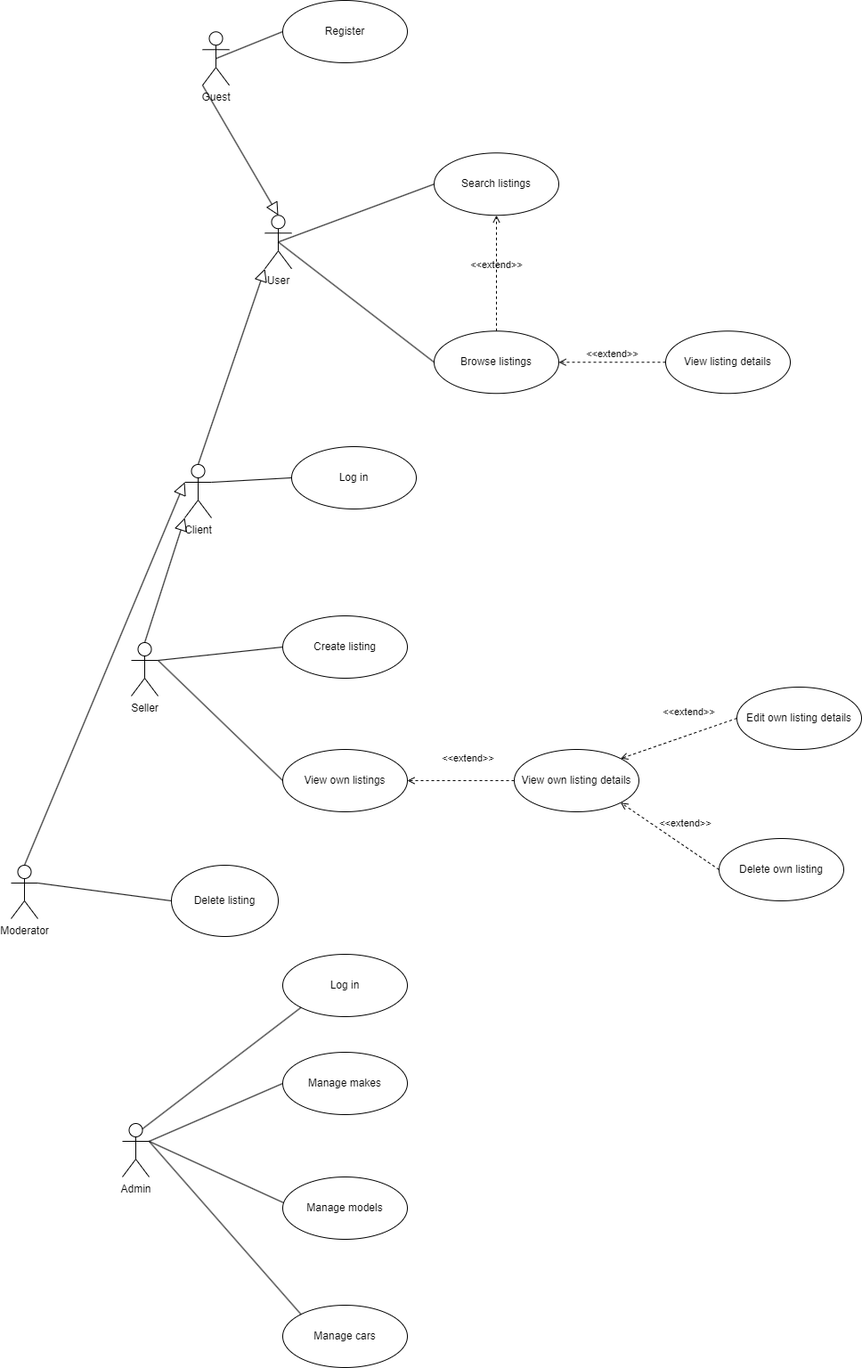
The draw.io diagram docs/diagrams/use-cases.drawio.png in taurasbear/automotive-marketplace, before a commit. Source tidied: cells renumbered, new cells last; positions are measured from the earlier drawing's top-left corner, leaving out a move shared by most shapes.
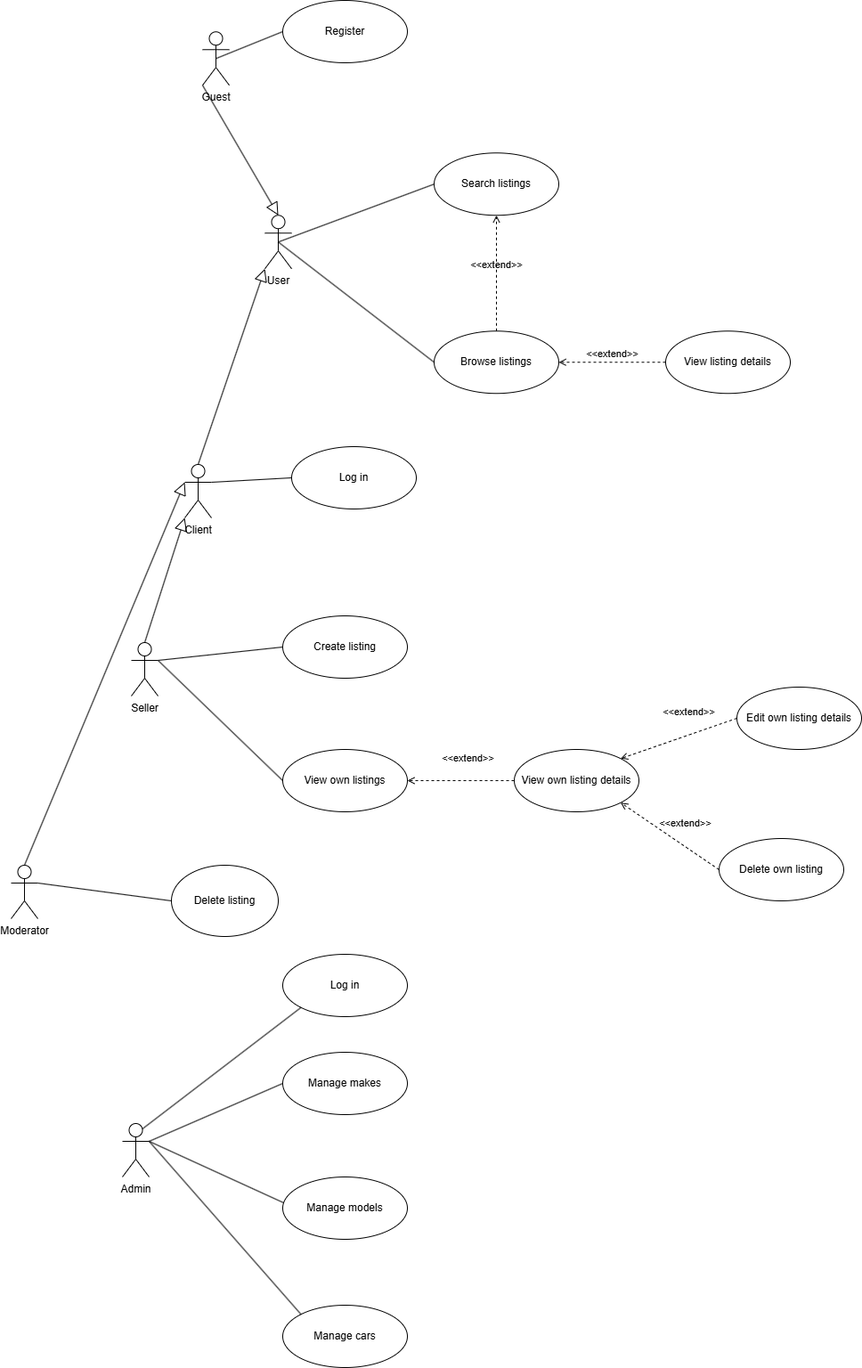
The same file after the commit.

Diff of the diagram source:
```diff
@@ -2,127 +2,127 @@
   <root>
     <mxCell id="0" />
     <mxCell id="1" parent="0" />
-    <mxCell id="2" value="Guest" style="shape=umlActor;verticalLabelPosition=bottom;verticalAlign=top;html=1;outlineConnect=0;" parent="1" vertex="1">
+    <mxCell id="2" value="Guest" style="shape=umlActor;verticalLabelPosition=bottom;verticalAlign=top;html=1;outlineConnect=0;rounded=1;labelBackgroundColor=none;" parent="1" vertex="1">
       <mxGeometry x="215" y="35.2" width="30" height="60" as="geometry" />
     </mxCell>
-    <mxCell id="3" value="Register" style="ellipse;whiteSpace=wrap;html=1;" parent="1" vertex="1">
+    <mxCell id="3" value="Register" style="ellipse;whiteSpace=wrap;html=1;rounded=1;labelBackgroundColor=none;" parent="1" vertex="1">
       <mxGeometry x="305" width="140" height="70" as="geometry" />
     </mxCell>
-    <mxCell id="4" value="Log i&lt;span style=&quot;background-color: transparent; color: light-dark(rgb(0, 0, 0), rgb(255, 255, 255));&quot;&gt;n&lt;/span&gt;" style="ellipse;whiteSpace=wrap;html=1;" parent="1" vertex="1">
+    <mxCell id="4" value="Log i&lt;span style=&quot;background-color: transparent; color: light-dark(rgb(0, 0, 0), rgb(255, 255, 255));&quot;&gt;n&lt;/span&gt;" style="ellipse;whiteSpace=wrap;html=1;rounded=1;labelBackgroundColor=none;" parent="1" vertex="1">
       <mxGeometry x="315" y="501" width="140" height="70" as="geometry" />
     </mxCell>
-    <mxCell id="5" value="User" style="shape=umlActor;verticalLabelPosition=bottom;verticalAlign=top;html=1;" parent="1" vertex="1">
+    <mxCell id="5" value="User" style="shape=umlActor;verticalLabelPosition=bottom;verticalAlign=top;html=1;rounded=1;labelBackgroundColor=none;" parent="1" vertex="1">
       <mxGeometry x="285" y="241.2" width="30" height="60" as="geometry" />
     </mxCell>
-    <mxCell id="6" value="Browse&lt;span style=&quot;background-color: transparent; color: light-dark(rgb(0, 0, 0), rgb(255, 255, 255));&quot;&gt;&amp;nbsp;listings&lt;/span&gt;" style="ellipse;whiteSpace=wrap;html=1;" parent="1" vertex="1">
+    <mxCell id="6" value="Browse&lt;span style=&quot;background-color: transparent; color: light-dark(rgb(0, 0, 0), rgb(255, 255, 255));&quot;&gt;&amp;nbsp;listings&lt;/span&gt;" style="ellipse;whiteSpace=wrap;html=1;rounded=1;labelBackgroundColor=none;" parent="1" vertex="1">
       <mxGeometry x="475" y="371.2" width="140" height="70" as="geometry" />
     </mxCell>
-    <mxCell id="7" style="endArrow=none;html=1;rounded=0;entryX=0.5;entryY=0.5;entryDx=0;entryDy=0;entryPerimeter=0;exitX=0;exitY=0.5;exitDx=0;exitDy=0;" parent="1" edge="1" source="3" target="2">
+    <mxCell id="7" style="endArrow=none;html=1;rounded=1;entryX=0.5;entryY=0.5;entryDx=0;entryDy=0;entryPerimeter=0;exitX=0;exitY=0.5;exitDx=0;exitDy=0;labelBackgroundColor=none;fontColor=default;" parent="1" edge="1" source="3" target="2">
       <mxGeometry relative="1" as="geometry" />
     </mxCell>
-    <mxCell id="8" style="endArrow=none;html=1;rounded=0;entryX=0;entryY=0.5;entryDx=0;entryDy=0;exitX=0.5;exitY=0.5;exitDx=0;exitDy=0;exitPerimeter=0;" parent="1" edge="1" source="5" target="6">
+    <mxCell id="8" style="endArrow=none;html=1;rounded=1;entryX=0;entryY=0.5;entryDx=0;entryDy=0;exitX=0.5;exitY=0.5;exitDx=0;exitDy=0;exitPerimeter=0;labelBackgroundColor=none;fontColor=default;" parent="1" edge="1" source="5" target="6">
       <mxGeometry relative="1" as="geometry" />
     </mxCell>
-    <mxCell id="9" style="endArrow=none;html=1;rounded=0;exitX=1;exitY=0.3333333333333333;exitDx=0;exitDy=0;exitPerimeter=0;entryX=0;entryY=0.5;entryDx=0;entryDy=0;" parent="1" edge="1" source="28" target="4">
+    <mxCell id="9" style="endArrow=none;html=1;rounded=1;exitX=1;exitY=0.3333333333333333;exitDx=0;exitDy=0;exitPerimeter=0;entryX=0;entryY=0.5;entryDx=0;entryDy=0;labelBackgroundColor=none;fontColor=default;" parent="1" edge="1" source="28" target="4">
       <mxGeometry relative="1" as="geometry" />
     </mxCell>
-    <mxCell id="10" value="Create listing" style="ellipse;whiteSpace=wrap;html=1;" parent="1" vertex="1">
+    <mxCell id="10" value="Create listing" style="ellipse;whiteSpace=wrap;html=1;rounded=1;labelBackgroundColor=none;" parent="1" vertex="1">
       <mxGeometry x="305" y="691" width="140" height="70" as="geometry" />
     </mxCell>
-    <mxCell id="11" style="endArrow=none;html=1;rounded=0;entryX=0;entryY=0.5;entryDx=0;entryDy=0;exitX=1;exitY=0.3333333333333333;exitDx=0;exitDy=0;exitPerimeter=0;" parent="1" edge="1" source="24" target="10">
+    <mxCell id="11" style="endArrow=none;html=1;rounded=1;entryX=0;entryY=0.5;entryDx=0;entryDy=0;exitX=1;exitY=0.3333333333333333;exitDx=0;exitDy=0;exitPerimeter=0;labelBackgroundColor=none;fontColor=default;" parent="1" edge="1" source="24" target="10">
       <mxGeometry relative="1" as="geometry" />
     </mxCell>
-    <mxCell id="12" value="View&amp;nbsp;&lt;span style=&quot;background-color: transparent; color: light-dark(rgb(0, 0, 0), rgb(255, 255, 255));&quot;&gt;own listings&lt;/span&gt;" style="ellipse;whiteSpace=wrap;html=1;" parent="1" vertex="1">
+    <mxCell id="12" value="View&amp;nbsp;&lt;span style=&quot;background-color: transparent; color: light-dark(rgb(0, 0, 0), rgb(255, 255, 255));&quot;&gt;own listings&lt;/span&gt;" style="ellipse;whiteSpace=wrap;html=1;rounded=1;labelBackgroundColor=none;" parent="1" vertex="1">
       <mxGeometry x="305" y="841" width="140" height="70" as="geometry" />
     </mxCell>
-    <mxCell id="13" value="Search listings" style="ellipse;whiteSpace=wrap;html=1;" parent="1" vertex="1">
+    <mxCell id="13" value="Search listings" style="ellipse;whiteSpace=wrap;html=1;rounded=1;labelBackgroundColor=none;" parent="1" vertex="1">
       <mxGeometry x="475" y="171.2" width="140" height="70" as="geometry" />
     </mxCell>
-    <mxCell id="14" style="endArrow=none;html=1;rounded=0;entryX=0;entryY=0.5;entryDx=0;entryDy=0;exitX=0.5;exitY=0.5;exitDx=0;exitDy=0;exitPerimeter=0;" parent="1" edge="1" source="5" target="13">
+    <mxCell id="14" style="endArrow=none;html=1;rounded=1;entryX=0;entryY=0.5;entryDx=0;entryDy=0;exitX=0.5;exitY=0.5;exitDx=0;exitDy=0;exitPerimeter=0;labelBackgroundColor=none;fontColor=default;" parent="1" edge="1" source="5" target="13">
       <mxGeometry relative="1" as="geometry" />
     </mxCell>
-    <mxCell id="15" value="&amp;lt;&amp;lt;extend&amp;gt;&amp;gt;" style="html=1;verticalAlign=bottom;labelBackgroundColor=none;endArrow=open;endFill=0;dashed=1;rounded=0;entryX=1;entryY=0.5;entryDx=0;entryDy=0;exitX=0;exitY=0.5;exitDx=0;exitDy=0;" parent="1" edge="1" source="16" target="12">
+    <mxCell id="15" value="&amp;lt;&amp;lt;extend&amp;gt;&amp;gt;" style="html=1;verticalAlign=bottom;labelBackgroundColor=none;endArrow=open;endFill=0;dashed=1;rounded=1;entryX=1;entryY=0.5;entryDx=0;entryDy=0;exitX=0;exitY=0.5;exitDx=0;exitDy=0;fontColor=default;" parent="1" edge="1" source="16" target="12">
       <mxGeometry x="-0.14" y="-16" relative="1" as="geometry" />
     </mxCell>
-    <mxCell id="16" value="View own listing details" style="ellipse;whiteSpace=wrap;html=1;" parent="1" vertex="1">
+    <mxCell id="16" value="View own listing details" style="ellipse;whiteSpace=wrap;html=1;rounded=1;labelBackgroundColor=none;" parent="1" vertex="1">
       <mxGeometry x="565" y="841" width="140" height="70" as="geometry" />
     </mxCell>
-    <mxCell id="17" value="Edit own listing details" style="ellipse;whiteSpace=wrap;html=1;" parent="1" vertex="1">
+    <mxCell id="17" value="Edit own listing details" style="ellipse;whiteSpace=wrap;html=1;rounded=1;labelBackgroundColor=none;" parent="1" vertex="1">
       <mxGeometry x="815" y="771" width="140" height="70" as="geometry" />
     </mxCell>
-    <mxCell id="18" value="Delete own listing" style="ellipse;whiteSpace=wrap;html=1;" parent="1" vertex="1">
+    <mxCell id="18" value="Delete own listing" style="ellipse;whiteSpace=wrap;html=1;rounded=1;labelBackgroundColor=none;" parent="1" vertex="1">
       <mxGeometry x="795" y="941" width="140" height="70" as="geometry" />
     </mxCell>
-    <mxCell id="19" value="&amp;lt;&amp;lt;extend&amp;gt;&amp;gt;" style="html=1;verticalAlign=bottom;labelBackgroundColor=none;endArrow=open;endFill=0;dashed=1;rounded=0;entryX=1;entryY=0;entryDx=0;entryDy=0;exitX=0;exitY=0.5;exitDx=0;exitDy=0;" parent="1" edge="1" source="17" target="16">
+    <mxCell id="19" value="&amp;lt;&amp;lt;extend&amp;gt;&amp;gt;" style="html=1;verticalAlign=bottom;labelBackgroundColor=none;endArrow=open;endFill=0;dashed=1;rounded=1;entryX=1;entryY=0;entryDx=0;entryDy=0;exitX=0;exitY=0.5;exitDx=0;exitDy=0;fontColor=default;" parent="1" edge="1" source="17" target="16">
       <mxGeometry x="-0.24" y="-16" relative="1" as="geometry" />
     </mxCell>
-    <mxCell id="20" value="&amp;lt;&amp;lt;extend&amp;gt;&amp;gt;" style="html=1;verticalAlign=bottom;labelBackgroundColor=none;endArrow=open;endFill=0;dashed=1;rounded=0;entryX=1;entryY=1;entryDx=0;entryDy=0;exitX=0;exitY=0.5;exitDx=0;exitDy=0;" parent="1" edge="1" source="18" target="16">
+    <mxCell id="20" value="&amp;lt;&amp;lt;extend&amp;gt;&amp;gt;" style="html=1;verticalAlign=bottom;labelBackgroundColor=none;endArrow=open;endFill=0;dashed=1;rounded=1;entryX=1;entryY=1;entryDx=0;entryDy=0;exitX=0;exitY=0.5;exitDx=0;exitDy=0;fontColor=default;" parent="1" edge="1" source="18" target="16">
       <mxGeometry x="-0.17" y="-14" relative="1" as="geometry" />
     </mxCell>
-    <mxCell id="21" style="endArrow=none;html=1;rounded=0;exitX=0;exitY=0.5;exitDx=0;exitDy=0;entryX=1;entryY=0.3333333333333333;entryDx=0;entryDy=0;entryPerimeter=0;" parent="1" edge="1" source="12" target="24">
+    <mxCell id="21" style="endArrow=none;html=1;rounded=1;exitX=0;exitY=0.5;exitDx=0;exitDy=0;entryX=1;entryY=0.3333333333333333;entryDx=0;entryDy=0;entryPerimeter=0;labelBackgroundColor=none;fontColor=default;" parent="1" edge="1" source="12" target="24">
       <mxGeometry relative="1" as="geometry" />
     </mxCell>
-    <mxCell id="22" value="View listing details" style="ellipse;whiteSpace=wrap;html=1;" parent="1" vertex="1">
+    <mxCell id="22" value="View listing details" style="ellipse;whiteSpace=wrap;html=1;rounded=1;labelBackgroundColor=none;" parent="1" vertex="1">
       <mxGeometry x="735" y="371.2" width="140" height="70" as="geometry" />
     </mxCell>
-    <mxCell id="23" value="&amp;lt;&amp;lt;extend&amp;gt;&amp;gt;" style="html=1;verticalAlign=bottom;labelBackgroundColor=none;endArrow=open;endFill=0;dashed=1;rounded=0;entryX=1;entryY=0.5;entryDx=0;entryDy=0;exitX=0;exitY=0.5;exitDx=0;exitDy=0;" parent="1" edge="1" source="22" target="6">
+    <mxCell id="23" value="&amp;lt;&amp;lt;extend&amp;gt;&amp;gt;" style="html=1;verticalAlign=bottom;labelBackgroundColor=none;endArrow=open;endFill=0;dashed=1;rounded=1;entryX=1;entryY=0.5;entryDx=0;entryDy=0;exitX=0;exitY=0.5;exitDx=0;exitDy=0;fontColor=default;" parent="1" edge="1" source="22" target="6">
       <mxGeometry relative="1" as="geometry" />
     </mxCell>
-    <mxCell id="24" value="Seller" style="shape=umlActor;verticalLabelPosition=bottom;verticalAlign=top;html=1;" parent="1" vertex="1">
+    <mxCell id="24" value="Seller" style="shape=umlActor;verticalLabelPosition=bottom;verticalAlign=top;html=1;rounded=1;labelBackgroundColor=none;" parent="1" vertex="1">
       <mxGeometry x="135" y="721" width="30" height="60" as="geometry" />
     </mxCell>
-    <mxCell id="25" style="edgeStyle=none;html=1;endSize=12;endArrow=block;endFill=0;rounded=0;exitX=0.5;exitY=0;exitDx=0;exitDy=0;exitPerimeter=0;entryX=0;entryY=1;entryDx=0;entryDy=0;entryPerimeter=0;" parent="1" edge="1" source="24" target="28">
+    <mxCell id="25" style="edgeStyle=none;html=1;endSize=12;endArrow=block;endFill=0;rounded=1;exitX=0.5;exitY=0;exitDx=0;exitDy=0;exitPerimeter=0;entryX=0;entryY=1;entryDx=0;entryDy=0;entryPerimeter=0;labelBackgroundColor=none;fontColor=default;" parent="1" edge="1" source="24" target="28">
       <mxGeometry relative="1" as="geometry" />
     </mxCell>
-    <mxCell id="26" value="&amp;lt;&amp;lt;extend&amp;gt;&amp;gt;" style="html=1;verticalAlign=bottom;labelBackgroundColor=none;endArrow=open;endFill=0;dashed=1;rounded=0;entryX=0.5;entryY=1;entryDx=0;entryDy=0;" parent="1" edge="1" source="6" target="13">
+    <mxCell id="26" value="&amp;lt;&amp;lt;extend&amp;gt;&amp;gt;" style="html=1;verticalAlign=bottom;labelBackgroundColor=none;endArrow=open;endFill=0;dashed=1;rounded=1;entryX=0.5;entryY=1;entryDx=0;entryDy=0;fontColor=default;" parent="1" edge="1" source="6" target="13">
       <mxGeometry relative="1" as="geometry" />
     </mxCell>
-    <mxCell id="27" value="Admin" style="shape=umlActor;verticalLabelPosition=bottom;verticalAlign=top;html=1;" parent="1" vertex="1">
+    <mxCell id="27" value="Admin" style="shape=umlActor;verticalLabelPosition=bottom;verticalAlign=top;html=1;rounded=1;labelBackgroundColor=none;" parent="1" vertex="1">
       <mxGeometry x="125" y="1261" width="30" height="60" as="geometry" />
     </mxCell>
-    <mxCell id="28" value="Client" style="shape=umlActor;verticalLabelPosition=bottom;verticalAlign=top;html=1;" parent="1" vertex="1">
+    <mxCell id="28" value="Client" style="shape=umlActor;verticalLabelPosition=bottom;verticalAlign=top;html=1;rounded=1;labelBackgroundColor=none;" parent="1" vertex="1">
       <mxGeometry x="195" y="521" width="30" height="60" as="geometry" />
     </mxCell>
-    <mxCell id="29" style="edgeStyle=none;html=1;endSize=12;endArrow=block;endFill=0;rounded=0;exitX=0.5;exitY=0;exitDx=0;exitDy=0;exitPerimeter=0;entryX=0;entryY=1;entryDx=0;entryDy=0;entryPerimeter=0;" parent="1" edge="1" source="28" target="5">
+    <mxCell id="29" style="edgeStyle=none;html=1;endSize=12;endArrow=block;endFill=0;rounded=1;exitX=0.5;exitY=0;exitDx=0;exitDy=0;exitPerimeter=0;entryX=0;entryY=1;entryDx=0;entryDy=0;entryPerimeter=0;labelBackgroundColor=none;fontColor=default;" parent="1" edge="1" source="28" target="5">
       <mxGeometry relative="1" as="geometry" />
     </mxCell>
-    <mxCell id="30" style="edgeStyle=none;html=1;endSize=12;endArrow=block;endFill=0;rounded=0;exitX=0;exitY=1;exitDx=0;exitDy=0;exitPerimeter=0;entryX=0.5;entryY=0;entryDx=0;entryDy=0;entryPerimeter=0;" parent="1" edge="1" source="2" target="5">
+    <mxCell id="30" style="edgeStyle=none;html=1;endSize=12;endArrow=block;endFill=0;rounded=1;exitX=0;exitY=1;exitDx=0;exitDy=0;exitPerimeter=0;entryX=0.5;entryY=0;entryDx=0;entryDy=0;entryPerimeter=0;labelBackgroundColor=none;fontColor=default;" parent="1" edge="1" source="2" target="5">
       <mxGeometry relative="1" as="geometry" />
     </mxCell>
-    <mxCell id="31" value="Manage makes" style="ellipse;whiteSpace=wrap;html=1;" parent="1" vertex="1">
+    <mxCell id="31" value="Manage makes" style="ellipse;whiteSpace=wrap;html=1;rounded=1;labelBackgroundColor=none;" parent="1" vertex="1">
       <mxGeometry x="305" y="1181" width="140" height="70" as="geometry" />
     </mxCell>
-    <mxCell id="32" value="Manage models" style="ellipse;whiteSpace=wrap;html=1;" parent="1" vertex="1">
+    <mxCell id="32" value="Manage models" style="ellipse;whiteSpace=wrap;html=1;rounded=1;labelBackgroundColor=none;" parent="1" vertex="1">
       <mxGeometry x="305" y="1321" width="140" height="70" as="geometry" />
     </mxCell>
-    <mxCell id="33" value="Manage cars" style="ellipse;whiteSpace=wrap;html=1;" parent="1" vertex="1">
+    <mxCell id="33" value="Manage cars" style="ellipse;whiteSpace=wrap;html=1;rounded=1;labelBackgroundColor=none;" parent="1" vertex="1">
       <mxGeometry x="305" y="1465" width="140" height="70" as="geometry" />
     </mxCell>
-    <mxCell id="34" style="endArrow=none;html=1;rounded=0;exitX=1;exitY=0.3333333333333333;exitDx=0;exitDy=0;exitPerimeter=0;entryX=0;entryY=0.5;entryDx=0;entryDy=0;" parent="1" edge="1" source="27" target="31">
+    <mxCell id="34" style="endArrow=none;html=1;rounded=1;exitX=1;exitY=0.3333333333333333;exitDx=0;exitDy=0;exitPerimeter=0;entryX=0;entryY=0.5;entryDx=0;entryDy=0;labelBackgroundColor=none;fontColor=default;" parent="1" edge="1" source="27" target="31">
       <mxGeometry relative="1" as="geometry" />
     </mxCell>
-    <mxCell id="35" style="endArrow=none;html=1;rounded=0;exitX=1;exitY=0.3333333333333333;exitDx=0;exitDy=0;exitPerimeter=0;entryX=0.007;entryY=0.414;entryDx=0;entryDy=0;entryPerimeter=0;" parent="1" edge="1" source="27" target="32">
+    <mxCell id="35" style="endArrow=none;html=1;rounded=1;exitX=1;exitY=0.3333333333333333;exitDx=0;exitDy=0;exitPerimeter=0;entryX=0.007;entryY=0.414;entryDx=0;entryDy=0;entryPerimeter=0;labelBackgroundColor=none;fontColor=default;" parent="1" edge="1" source="27" target="32">
       <mxGeometry relative="1" as="geometry" />
     </mxCell>
-    <mxCell id="36" style="endArrow=none;html=1;rounded=0;exitX=1;exitY=0.3333333333333333;exitDx=0;exitDy=0;exitPerimeter=0;entryX=0;entryY=0;entryDx=0;entryDy=0;" parent="1" edge="1" source="27" target="33">
+    <mxCell id="36" style="endArrow=none;html=1;rounded=1;exitX=1;exitY=0.3333333333333333;exitDx=0;exitDy=0;exitPerimeter=0;entryX=0;entryY=0;entryDx=0;entryDy=0;labelBackgroundColor=none;fontColor=default;" parent="1" edge="1" source="27" target="33">
       <mxGeometry relative="1" as="geometry" />
     </mxCell>
-    <mxCell id="37" value="Moderator" style="shape=umlActor;verticalLabelPosition=bottom;verticalAlign=top;html=1;" parent="1" vertex="1">
+    <mxCell id="37" value="Moderator" style="shape=umlActor;verticalLabelPosition=bottom;verticalAlign=top;html=1;rounded=1;labelBackgroundColor=none;" parent="1" vertex="1">
       <mxGeometry y="971" width="30" height="60" as="geometry" />
     </mxCell>
-    <mxCell id="38" value="Delete listing" style="ellipse;whiteSpace=wrap;html=1;" parent="1" vertex="1">
+    <mxCell id="38" value="Delete listing" style="ellipse;whiteSpace=wrap;html=1;rounded=1;labelBackgroundColor=none;" parent="1" vertex="1">
       <mxGeometry x="180" y="971" width="120" height="80" as="geometry" />
     </mxCell>
-    <mxCell id="39" style="endArrow=none;html=1;rounded=0;exitX=1;exitY=0.3333333333333333;exitDx=0;exitDy=0;exitPerimeter=0;entryX=0;entryY=0.5;entryDx=0;entryDy=0;" parent="1" edge="1" source="37" target="38">
+    <mxCell id="39" style="endArrow=none;html=1;rounded=1;exitX=1;exitY=0.3333333333333333;exitDx=0;exitDy=0;exitPerimeter=0;entryX=0;entryY=0.5;entryDx=0;entryDy=0;labelBackgroundColor=none;fontColor=default;" parent="1" edge="1" source="37" target="38">
       <mxGeometry relative="1" as="geometry" />
     </mxCell>
-    <mxCell id="40" style="edgeStyle=none;html=1;endSize=12;endArrow=block;endFill=0;rounded=0;exitX=0.5;exitY=0;exitDx=0;exitDy=0;exitPerimeter=0;entryX=0;entryY=0.3333333333333333;entryDx=0;entryDy=0;entryPerimeter=0;" parent="1" edge="1" source="37" target="28">
+    <mxCell id="40" style="edgeStyle=none;html=1;endSize=12;endArrow=block;endFill=0;rounded=1;exitX=0.5;exitY=0;exitDx=0;exitDy=0;exitPerimeter=0;entryX=0;entryY=0.3333333333333333;entryDx=0;entryDy=0;entryPerimeter=0;labelBackgroundColor=none;fontColor=default;" parent="1" edge="1" source="37" target="28">
       <mxGeometry relative="1" as="geometry" />
     </mxCell>
-    <mxCell id="41" value="Log i&lt;span style=&quot;background-color: transparent; color: light-dark(rgb(0, 0, 0), rgb(255, 255, 255));&quot;&gt;n&lt;/span&gt;" style="ellipse;whiteSpace=wrap;html=1;" parent="1" vertex="1">
+    <mxCell id="41" value="Log i&lt;span style=&quot;background-color: transparent; color: light-dark(rgb(0, 0, 0), rgb(255, 255, 255));&quot;&gt;n&lt;/span&gt;" style="ellipse;whiteSpace=wrap;html=1;rounded=1;labelBackgroundColor=none;" parent="1" vertex="1">
       <mxGeometry x="305" y="1071" width="140" height="70" as="geometry" />
     </mxCell>
-    <mxCell id="42" style="endArrow=none;html=1;rounded=0;exitX=0.75;exitY=0.1;exitDx=0;exitDy=0;exitPerimeter=0;entryX=0;entryY=1;entryDx=0;entryDy=0;" parent="1" edge="1" source="27" target="41">
+    <mxCell id="42" style="endArrow=none;html=1;rounded=1;exitX=0.75;exitY=0.1;exitDx=0;exitDy=0;exitPerimeter=0;entryX=0;entryY=1;entryDx=0;entryDy=0;labelBackgroundColor=none;fontColor=default;" parent="1" edge="1" source="27" target="41">
       <mxGeometry relative="1" as="geometry" />
     </mxCell>
   </root>
```
